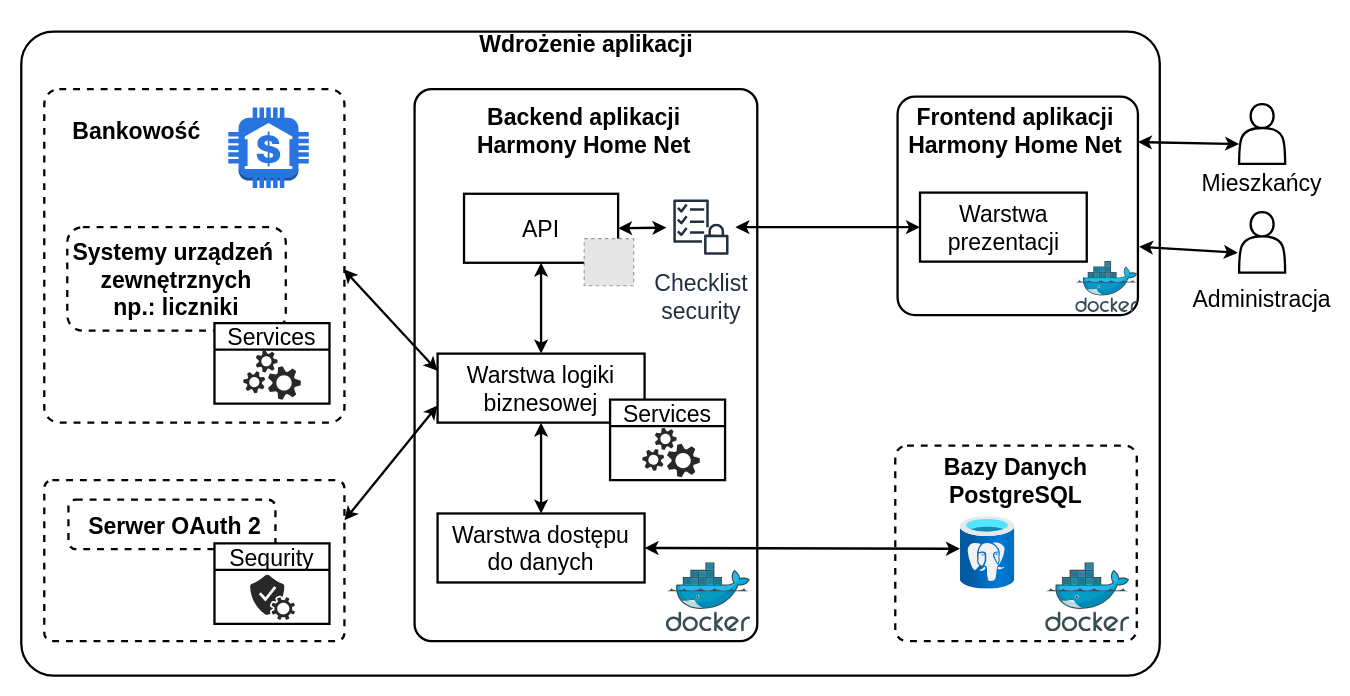
Above: Dyplom/rys02/zarys_architektury.drawio in Golec5000/HarmonyHomeNet (draw.io), before the change. Source tidied: cells renumbered, new cells numbered last; positions are measured from the earlier drawing's top-left corner, leaving out a move shared by most shapes. Both pictures are drawn from the tidied source at 115%, with x=0, y=0 at pixel (21, 20). Pictures stored in the file or linked from it are replaced by grey dashed boxes.
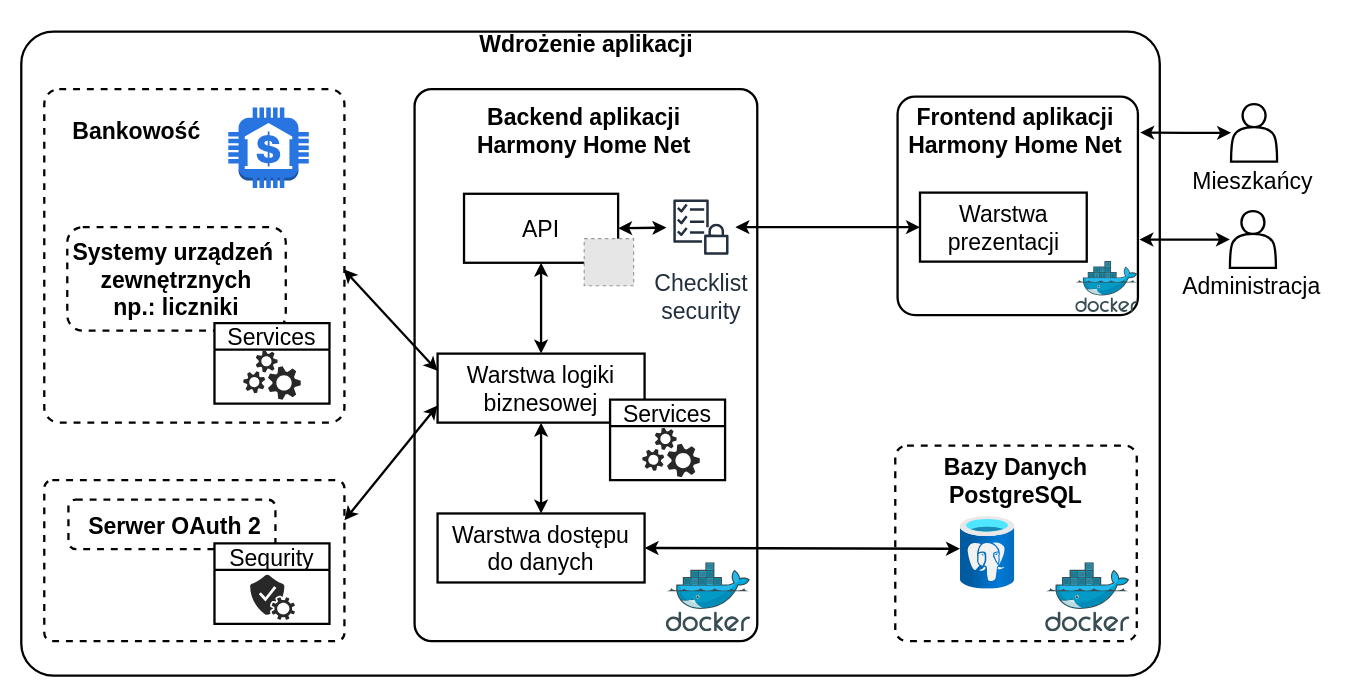
The same diagram, later.

The change refers to these unchanged cells:
```xml
<mxCell id="11" style="rounded=1;whiteSpace=wrap;html=1;strokeColor=default;gradientColor=none;fillColor=none;fontSize=20;strokeWidth=2;arcSize=8;" parent="1" vertex="1">
  <mxGeometry x="762" y="66.5" width="209" height="190" as="geometry" />
</mxCell>
```

The edit, as a diff of the source:
```diff
@@
+    <mxCell id="45" style="edgeStyle=orthogonalEdgeStyle;rounded=0;jettySize=auto;html=1;entryX=1.005;entryY=0.149;entryDx=0;entryDy=0;entryPerimeter=0;strokeWidth=2;startArrow=classic;startFill=1;endArrow=classic;endFill=1;" parent="1" edge="1" source="21">
+      <mxGeometry relative="1" as="geometry">
+        <mxPoint x="973" y="97.8" as="targetPoint" />
+      </mxGeometry>
+    </mxCell>
     <mxCell id="21" style="shape=actor;whiteSpace=wrap;html=1;fontSize=20;strokeWidth=2;" parent="1" vertex="1">
-      <mxGeometry x="1059" y="73" width="40" height="52" as="geometry" />
+      <mxGeometry x="1052" y="73" width="40" height="50" as="geometry" />
     </mxCell>
+    <mxCell id="46" style="edgeStyle=orthogonalEdgeStyle;rounded=0;jettySize=auto;html=1;entryX=1.006;entryY=0.675;entryDx=0;entryDy=0;entryPerimeter=0;endArrow=classic;endFill=1;startArrow=classic;startFill=1;strokeWidth=2;" parent="1" edge="1" source="22">
+      <mxGeometry relative="1" as="geometry">
+        <mxPoint x="972.3" y="190.8" as="targetPoint" />
+      </mxGeometry>
+    </mxCell>
     <mxCell id="22" style="shape=actor;whiteSpace=wrap;html=1;fontSize=20;strokeWidth=2;" parent="1" vertex="1">
-      <mxGeometry x="1059" y="167" width="40" height="52.5" as="geometry" />
+      <mxGeometry x="1051" y="166" width="40" height="49.5" as="geometry" />
     </mxCell>
     <mxCell id="23" value="&lt;font style=&quot;font-size: 20px;&quot;&gt;Mieszkańcy&lt;/font&gt;" style="text;html=1;align=center;verticalAlign=middle;whiteSpace=wrap;rounded=0;fontSize=20;strokeWidth=2;" parent="1" vertex="1">
-      <mxGeometry x="1049" y="125" width="60" height="31" as="geometry" />
+      <mxGeometry x="1041" y="123" width="60" height="31" as="geometry" />
     </mxCell>
     <mxCell id="24" value="&lt;font style=&quot;font-size: 20px;&quot;&gt;Administracja&lt;/font&gt;" style="text;html=1;align=center;verticalAlign=middle;whiteSpace=wrap;rounded=0;fontSize=20;strokeWidth=2;" parent="1" vertex="1">
-      <mxGeometry x="1049" y="226.5" width="60" height="30" as="geometry" />
+      <mxGeometry x="1040" y="215.5" width="60" height="30" as="geometry" />
     </mxCell>
-    <mxCell id="25" style="endArrow=classic;startArrow=classic;html=1;rounded=0;entryX=0;entryY=0.667;entryDx=0;entryDy=0;entryPerimeter=0;exitX=1;exitY=0.208;exitDx=0;exitDy=0;fontSize=20;strokeWidth=2;exitPerimeter=0;" parent="1" edge="1" source="11" target="21">
-      <mxGeometry relative="1" as="geometry" />
-    </mxCell>
-    <mxCell id="26" style="endArrow=classic;startArrow=classic;html=1;rounded=0;entryX=-0.029;entryY=0.672;entryDx=0;entryDy=0;entryPerimeter=0;exitX=1.005;exitY=0.687;exitDx=0;exitDy=0;fontSize=20;strokeWidth=2;exitPerimeter=0;" parent="1" edge="1" source="11" target="22">
-      <mxGeometry relative="1" as="geometry" />
-    </mxCell>
```
